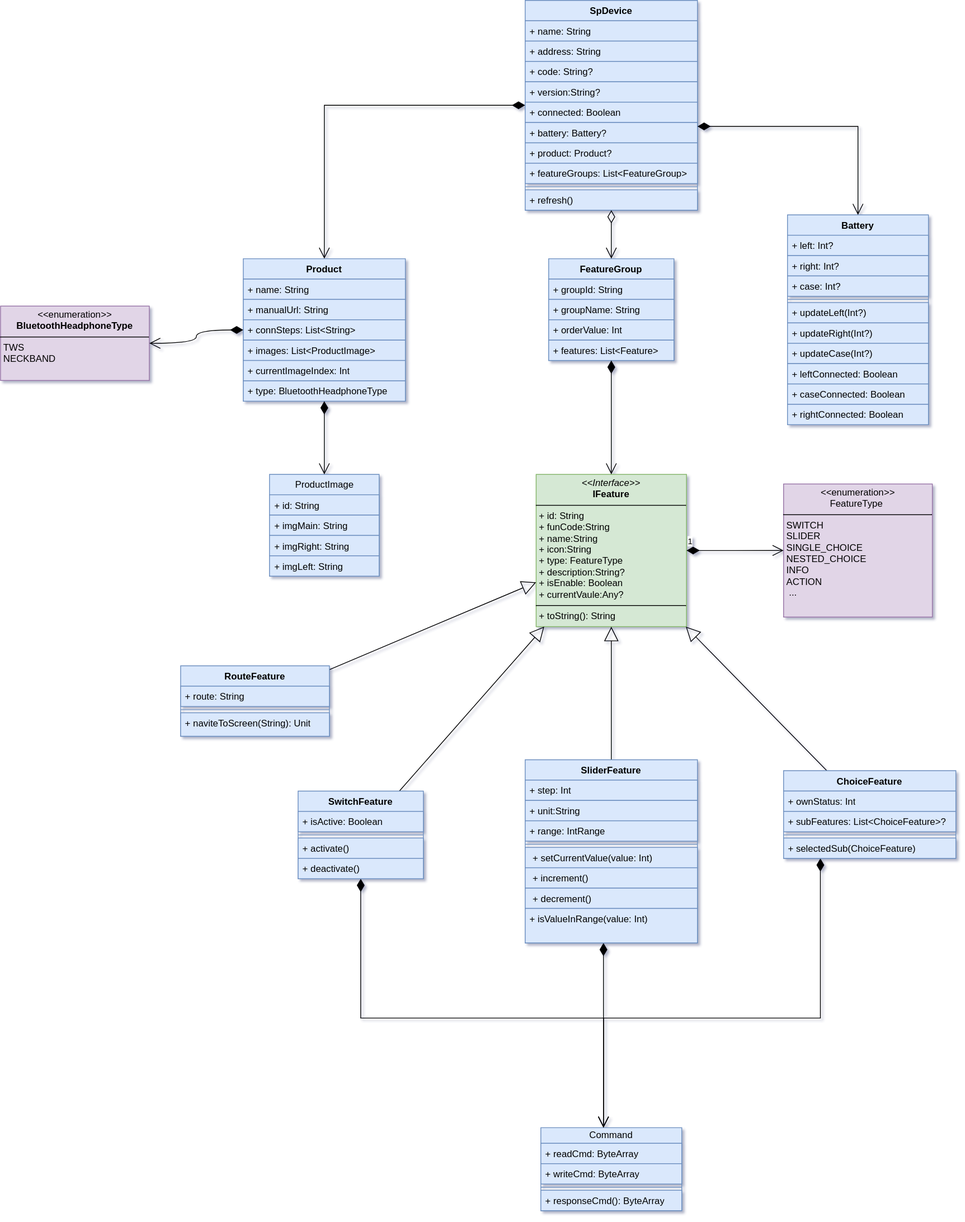
kekemao00/draw-libs keeps this draw.io diagram as sp-device.drawio.svg. Above is the earlier version. Source tidied: cells renumbered, new cells last; positions are measured from the earlier drawing's top-left corner, leaving out a move shared by most shapes.
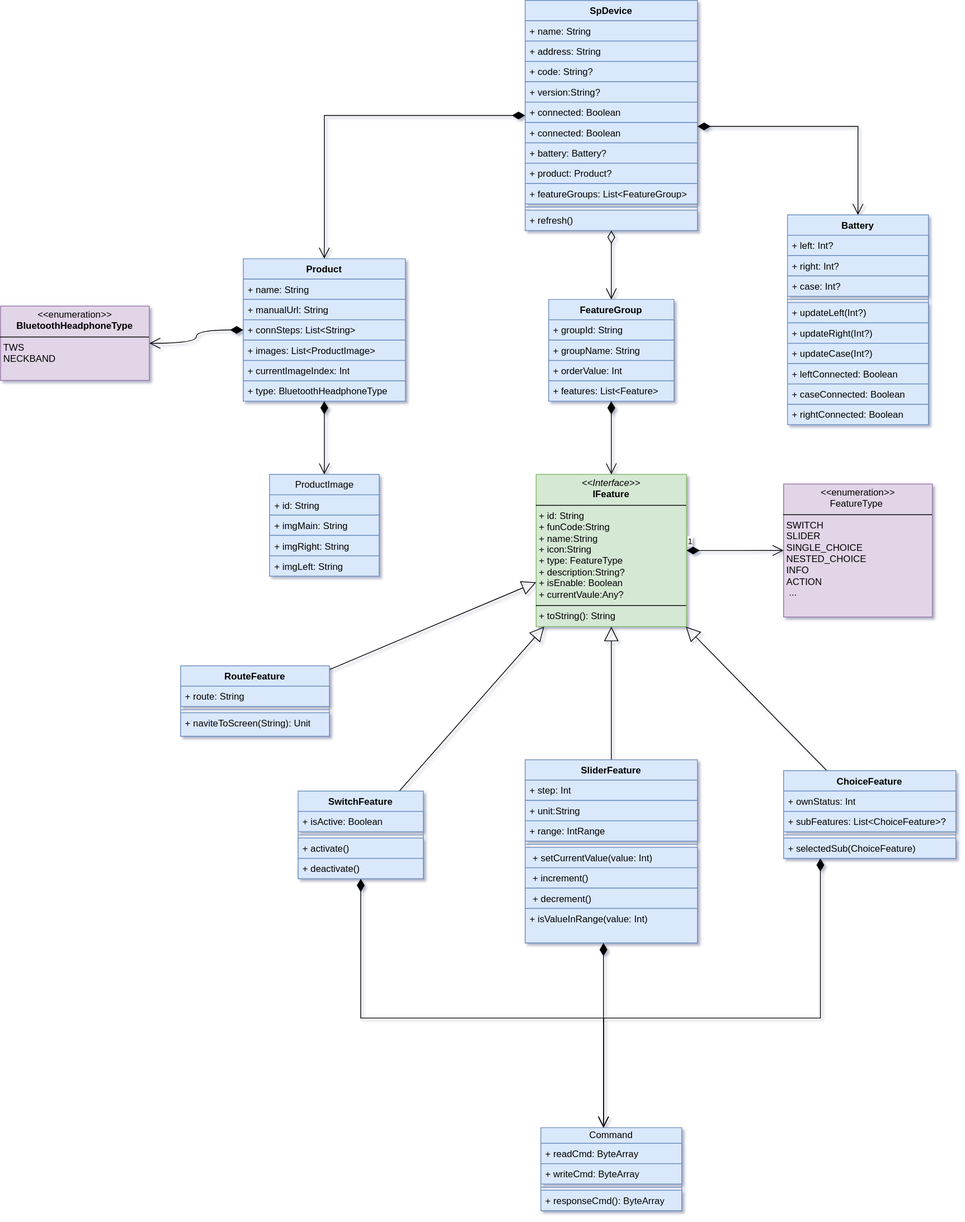
The same diagram one commit later.

What changed in the source:
```diff
@@ -3,7 +3,7 @@
     <mxCell id="0" />
     <mxCell id="1" parent="0" />
     <mxCell id="2" value="SpDevice" style="swimlane;fontStyle=1;align=center;verticalAlign=top;horizontal=1;startSize=26;whiteSpace=wrap;html=1;labelBackgroundColor=none;rounded=0;fillColor=#dae8fc;strokeColor=#6c8ebf;" parent="1" vertex="1">
-      <mxGeometry x="670" width="220" height="268" as="geometry" />
+      <mxGeometry x="670" width="220" height="294" as="geometry" />
     </mxCell>
     <mxCell id="3" value="+ name: String" style="text;align=left;verticalAlign=top;spacingLeft=4;spacingRight=4;overflow=hidden;whiteSpace=wrap;html=1;labelBackgroundColor=none;rounded=0;fillColor=#dae8fc;strokeColor=#6c8ebf;" parent="2" vertex="1">
       <mxGeometry y="26" width="220" height="26" as="geometry" />
@@ -17,23 +17,26 @@
     <mxCell id="6" value="+ version:String?" style="text;align=left;verticalAlign=top;spacingLeft=4;spacingRight=4;overflow=hidden;whiteSpace=wrap;html=1;labelBackgroundColor=none;rounded=0;fillColor=#dae8fc;strokeColor=#6c8ebf;" parent="2" vertex="1">
       <mxGeometry y="104" width="220" height="26" as="geometry" />
     </mxCell>
+    <mxCell id="86" value="+ connected: Boolean" style="text;align=left;verticalAlign=top;spacingLeft=4;spacingRight=4;overflow=hidden;whiteSpace=wrap;html=1;labelBackgroundColor=none;rounded=0;fillColor=#dae8fc;strokeColor=#6c8ebf;" parent="2" vertex="1">
+      <mxGeometry y="130" width="220" height="26" as="geometry" />
+    </mxCell>
     <mxCell id="7" value="+ connected: Boolean" style="text;align=left;verticalAlign=top;spacingLeft=4;spacingRight=4;overflow=hidden;whiteSpace=wrap;html=1;labelBackgroundColor=none;rounded=0;fillColor=#dae8fc;strokeColor=#6c8ebf;" parent="2" vertex="1">
-      <mxGeometry y="130" width="220" height="26" as="geometry" />
+      <mxGeometry y="156" width="220" height="26" as="geometry" />
     </mxCell>
     <mxCell id="8" value="+ battery: Battery?&lt;div&gt;&lt;br&gt;&lt;/div&gt;" style="text;align=left;verticalAlign=top;spacingLeft=4;spacingRight=4;overflow=hidden;whiteSpace=wrap;html=1;labelBackgroundColor=none;rounded=0;fillColor=#dae8fc;strokeColor=#6c8ebf;" parent="2" vertex="1">
-      <mxGeometry y="156" width="220" height="26" as="geometry" />
+      <mxGeometry y="182" width="220" height="26" as="geometry" />
     </mxCell>
     <mxCell id="9" value="+ product: Product?" style="text;align=left;verticalAlign=top;spacingLeft=4;spacingRight=4;overflow=hidden;whiteSpace=wrap;html=1;labelBackgroundColor=none;rounded=0;fillColor=#dae8fc;strokeColor=#6c8ebf;" parent="2" vertex="1">
-      <mxGeometry y="182" width="220" height="26" as="geometry" />
+      <mxGeometry y="208" width="220" height="26" as="geometry" />
     </mxCell>
     <mxCell id="10" value="+ featureGroups: List&amp;lt;FeatureGroup&amp;gt;" style="text;strokeColor=#6c8ebf;fillColor=#dae8fc;align=left;verticalAlign=top;spacingLeft=4;spacingRight=4;overflow=hidden;whiteSpace=wrap;html=1;" parent="2" vertex="1">
-      <mxGeometry y="208" width="220" height="26" as="geometry" />
+      <mxGeometry y="234" width="220" height="26" as="geometry" />
     </mxCell>
     <mxCell id="11" style="line;strokeWidth=1;align=left;verticalAlign=middle;spacingTop=-1;spacingLeft=3;spacingRight=3;labelPosition=right;labelBackgroundColor=none;rounded=0;fillColor=#dae8fc;strokeColor=#6c8ebf;" parent="2" vertex="1">
-      <mxGeometry y="234" width="220" height="8" as="geometry" />
+      <mxGeometry y="260" width="220" height="8" as="geometry" />
     </mxCell>
     <mxCell id="12" value="+ refresh()" style="text;align=left;verticalAlign=top;spacingLeft=4;spacingRight=4;overflow=hidden;whiteSpace=wrap;html=1;labelBackgroundColor=none;rounded=0;fillColor=#dae8fc;strokeColor=#6c8ebf;" parent="2" vertex="1">
-      <mxGeometry y="242" width="220" height="26" as="geometry" />
+      <mxGeometry y="268" width="220" height="26" as="geometry" />
     </mxCell>
     <mxCell id="13" value="Battery" style="swimlane;fontStyle=1;align=center;verticalAlign=top;horizontal=1;startSize=26;whiteSpace=wrap;html=1;labelBackgroundColor=none;rounded=0;fillColor=#dae8fc;strokeColor=#6c8ebf;" parent="1" vertex="1">
       <mxGeometry x="1005" y="274" width="180" height="268" as="geometry" />
@@ -105,7 +108,7 @@
       <mxGeometry y="104" width="140" height="26" as="geometry" />
     </mxCell>
     <mxCell id="36" value="FeatureGroup" style="swimlane;fontStyle=1;align=center;verticalAlign=top;horizontal=1;startSize=26;whiteSpace=wrap;html=1;fillColor=#dae8fc;strokeColor=#6c8ebf;" parent="1" vertex="1">
-      <mxGeometry x="700" y="330" width="160" height="130" as="geometry" />
+      <mxGeometry x="700" y="382" width="160" height="130" as="geometry" />
     </mxCell>
     <mxCell id="37" value="+ groupId: String" style="text;strokeColor=#6c8ebf;fillColor=#dae8fc;align=left;verticalAlign=top;spacingLeft=4;spacingRight=4;overflow=hidden;whiteSpace=wrap;html=1;" parent="36" vertex="1">
       <mxGeometry y="26" width="160" height="26" as="geometry" />
```
